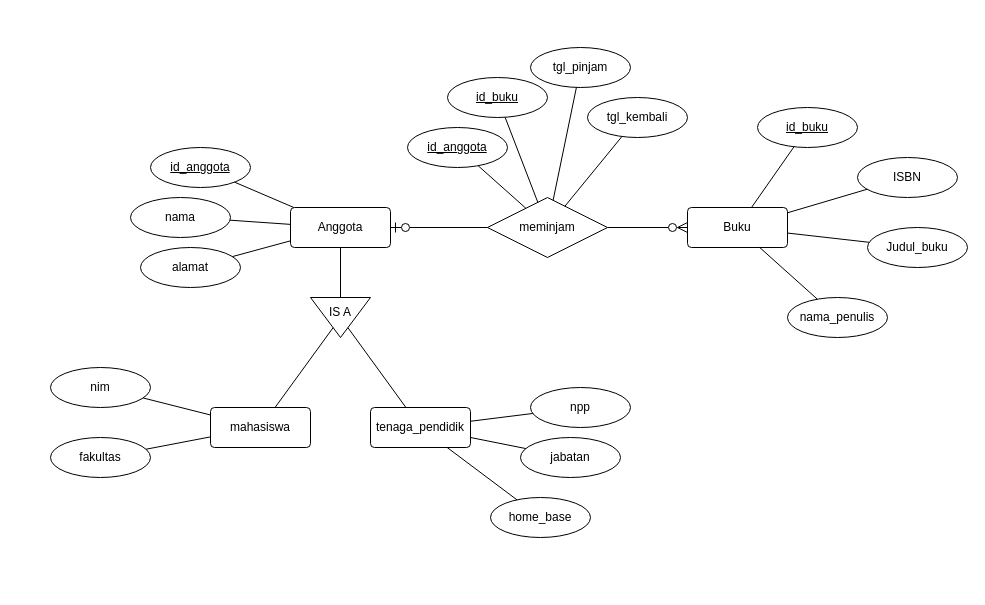
Earlier version of the draw.io diagram perpus.drawio (ilhamtkj/diagram). Source tidied: cells renumbered, new cells numbered last; positions are measured from the earlier drawing's top-left corner, leaving out a move shared by most shapes. Both pictures are drawn from the tidied source at 100%, with x=0, y=0 at pixel (50, 47).
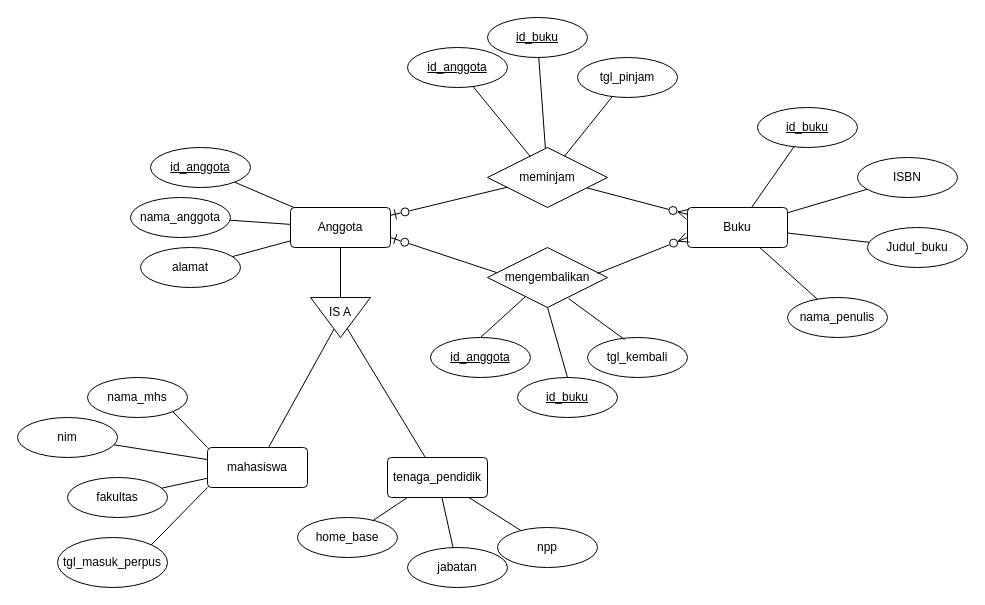
Above is the later version.

The change refers to these unchanged cells:
```xml
<mxCell id="2" value="Buku" style="rounded=1;arcSize=10;whiteSpace=wrap;html=1;align=center;" parent="1" vertex="1">
  <mxGeometry x="637" y="160" width="100" height="40" as="geometry" />
</mxCell>
<mxCell id="11" value="Anggota" style="rounded=1;arcSize=10;whiteSpace=wrap;html=1;align=center;" parent="1" vertex="1">
  <mxGeometry x="240" y="160" width="100" height="40" as="geometry" />
</mxCell>
```

Change to the diagram source:
```diff
@@
-    <mxCell id="17" value="nama" style="ellipse;whiteSpace=wrap;html=1;align=center;" parent="1" vertex="1">
+    <mxCell id="17" value="nama_anggota" style="ellipse;whiteSpace=wrap;html=1;align=center;" parent="1" vertex="1">
       <mxGeometry x="80" y="150" width="100" height="40" as="geometry" />
     </mxCell>
@@
     <mxCell id="19" value="tenaga_pendidik" style="rounded=1;arcSize=10;whiteSpace=wrap;html=1;align=center;" parent="1" vertex="1">
-      <mxGeometry x="320" y="360" width="100" height="40" as="geometry" />
+      <mxGeometry x="337" y="410" width="100" height="40" as="geometry" />
     </mxCell>
     <mxCell id="20" value="mahasiswa" style="rounded=1;arcSize=10;whiteSpace=wrap;html=1;align=center;" parent="1" vertex="1">
-      <mxGeometry x="160" y="360" width="100" height="40" as="geometry" />
+      <mxGeometry x="157" y="400" width="100" height="40" as="geometry" />
     </mxCell>
@@
     <mxCell id="23" value="nim" style="ellipse;whiteSpace=wrap;html=1;align=center;" parent="1" vertex="1">
-      <mxGeometry y="320" width="100" height="40" as="geometry" />
+      <mxGeometry x="-33" y="370" width="100" height="40" as="geometry" />
     </mxCell>
     <mxCell id="24" value="fakultas" style="ellipse;whiteSpace=wrap;html=1;align=center;" parent="1" vertex="1">
-      <mxGeometry y="390" width="100" height="40" as="geometry" />
+      <mxGeometry x="17" y="430" width="100" height="40" as="geometry" />
     </mxCell>
     <mxCell id="25" value="jabatan" style="ellipse;whiteSpace=wrap;html=1;align=center;" parent="1" vertex="1">
-      <mxGeometry x="470" y="390" width="100" height="40" as="geometry" />
+      <mxGeometry x="357" y="500" width="100" height="40" as="geometry" />
     </mxCell>
     <mxCell id="26" value="home_base" style="ellipse;whiteSpace=wrap;html=1;align=center;" parent="1" vertex="1">
-      <mxGeometry x="440" y="450" width="100" height="40" as="geometry" />
+      <mxGeometry x="247" y="470" width="100" height="40" as="geometry" />
     </mxCell>
@@
     <mxCell id="34" value="npp" style="ellipse;whiteSpace=wrap;html=1;align=center;" parent="1" vertex="1">
-      <mxGeometry x="480" y="340" width="100" height="40" as="geometry" />
+      <mxGeometry x="447" y="480" width="100" height="40" as="geometry" />
     </mxCell>
@@
     <mxCell id="36" value="meminjam" style="shape=rhombus;perimeter=rhombusPerimeter;whiteSpace=wrap;html=1;align=center;" parent="1" vertex="1">
-      <mxGeometry x="437" y="150" width="120" height="60" as="geometry" />
+      <mxGeometry x="437" y="100" width="120" height="60" as="geometry" />
     </mxCell>
@@
     <mxCell id="39" value="tgl_pinjam" style="ellipse;whiteSpace=wrap;html=1;align=center;" parent="1" vertex="1">
-      <mxGeometry x="480" width="100" height="40" as="geometry" />
+      <mxGeometry x="527" y="10" width="100" height="40" as="geometry" />
     </mxCell>
-    <mxCell id="40" value="tgl_kembali" style="ellipse;whiteSpace=wrap;html=1;align=center;" parent="1" vertex="1">
-      <mxGeometry x="537" y="50" width="100" height="40" as="geometry" />
-    </mxCell>
     <mxCell id="41" value="id_anggota" style="ellipse;whiteSpace=wrap;html=1;align=center;fontStyle=4;" parent="1" vertex="1">
-      <mxGeometry x="357" y="80" width="100" height="40" as="geometry" />
+      <mxGeometry x="357" width="100" height="40" as="geometry" />
     </mxCell>
     <mxCell id="42" value="id_buku" style="ellipse;whiteSpace=wrap;html=1;align=center;fontStyle=4;" parent="1" vertex="1">
-      <mxGeometry x="397" y="30" width="100" height="40" as="geometry" />
+      <mxGeometry x="437" y="-30" width="100" height="40" as="geometry" />
     </mxCell>
@@
-    <mxCell id="46" style="endArrow=none;html=1;rounded=0;" parent="1" edge="1" source="40" target="36">
-      <mxGeometry relative="1" as="geometry" />
-    </mxCell>
+    <mxCell id="47" value="mengembalikan" style="shape=rhombus;perimeter=rhombusPerimeter;whiteSpace=wrap;html=1;align=center;" parent="1" vertex="1">
+      <mxGeometry x="437" y="200" width="120" height="60" as="geometry" />
+    </mxCell>
+    <mxCell id="48" style="endArrow=ERzeroToMany;html=1;rounded=0;endFill=0;endSize=8;entryX=0;entryY=0.75;entryDx=0;entryDy=0;exitX=0.917;exitY=0.433;exitDx=0;exitDy=0;exitPerimeter=0;" parent="1" edge="1" source="47" target="2">
+      <mxGeometry relative="1" as="geometry" />
+    </mxCell>
+    <mxCell id="49" style="endArrow=none;html=1;rounded=0;startArrow=ERzeroToOne;startFill=0;endSize=6;startSize=8;exitX=1;exitY=0.75;exitDx=0;exitDy=0;entryX=0.075;entryY=0.417;entryDx=0;entryDy=0;entryPerimeter=0;" parent="1" edge="1" source="11" target="47">
+      <mxGeometry relative="1" as="geometry" />
+    </mxCell>
+    <mxCell id="40" value="tgl_kembali" style="ellipse;whiteSpace=wrap;html=1;align=center;" parent="1" vertex="1">
+      <mxGeometry x="537" y="290" width="100" height="40" as="geometry" />
+    </mxCell>
+    <mxCell id="50" value="id_anggota" style="ellipse;whiteSpace=wrap;html=1;align=center;fontStyle=4;" parent="1" vertex="1">
+      <mxGeometry x="380" y="290" width="100" height="40" as="geometry" />
+    </mxCell>
+    <mxCell id="51" value="id_buku" style="ellipse;whiteSpace=wrap;html=1;align=center;fontStyle=4;" parent="1" vertex="1">
+      <mxGeometry x="467" y="330" width="100" height="40" as="geometry" />
+    </mxCell>
+    <mxCell id="52" style="endArrow=none;html=1;rounded=0;entryX=0.5;entryY=0;entryDx=0;entryDy=0;exitX=0.317;exitY=0.817;exitDx=0;exitDy=0;exitPerimeter=0;" parent="1" edge="1" source="47" target="50">
+      <mxGeometry relative="1" as="geometry" />
+    </mxCell>
+    <mxCell id="53" style="endArrow=none;html=1;rounded=0;entryX=0.5;entryY=0;entryDx=0;entryDy=0;exitX=0.5;exitY=1;exitDx=0;exitDy=0;" parent="1" edge="1" source="47" target="51">
+      <mxGeometry relative="1" as="geometry" />
+    </mxCell>
+    <mxCell id="54" style="endArrow=none;html=1;rounded=0;entryX=0.675;entryY=0.85;entryDx=0;entryDy=0;exitX=0.37;exitY=0.05;exitDx=0;exitDy=0;exitPerimeter=0;entryPerimeter=0;" parent="1" edge="1" source="40" target="47">
+      <mxGeometry relative="1" as="geometry" />
+    </mxCell>
+    <mxCell id="55" value="nama_mhs" style="ellipse;whiteSpace=wrap;html=1;align=center;" parent="1" vertex="1">
+      <mxGeometry x="37" y="330" width="100" height="40" as="geometry" />
+    </mxCell>
+    <mxCell id="56" style="endArrow=none;html=1;rounded=0;exitX=1;exitY=1;exitDx=0;exitDy=0;entryX=0;entryY=0;entryDx=0;entryDy=0;" parent="1" edge="1" source="55" target="20">
+      <mxGeometry relative="1" as="geometry" />
+    </mxCell>
+    <mxCell id="57" value="tgl_masuk_perpus" style="ellipse;whiteSpace=wrap;html=1;align=center;" parent="1" vertex="1">
+      <mxGeometry x="7" y="490" width="110" height="50" as="geometry" />
+    </mxCell>
+    <mxCell id="58" style="endArrow=none;html=1;rounded=0;exitX=1;exitY=0;exitDx=0;exitDy=0;entryX=0;entryY=1;entryDx=0;entryDy=0;" parent="1" edge="1" source="57" target="20">
+      <mxGeometry relative="1" as="geometry" />
+    </mxCell>
```
